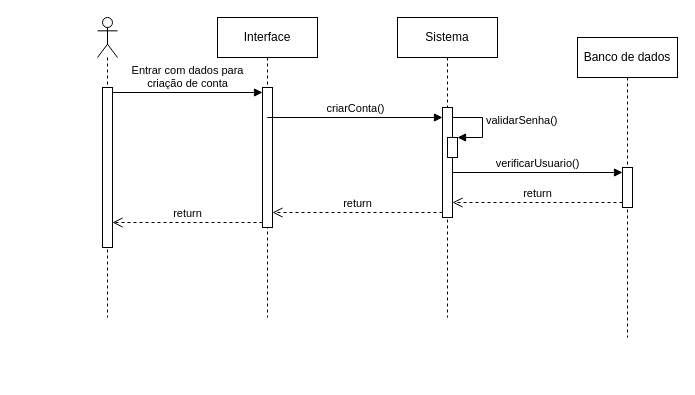
Fconeto/Projeto-APS keeps this draw.io diagram as Diagrama de sequencia.drawio. Above is the earlier version. Source tidied: cells renumbered, new cells numbered last; positions are measured from the earlier drawing's top-left corner, leaving out a move shared by most shapes. Both pictures are drawn from the tidied source at 100%, with x=0, y=0 at pixel (97, 17).
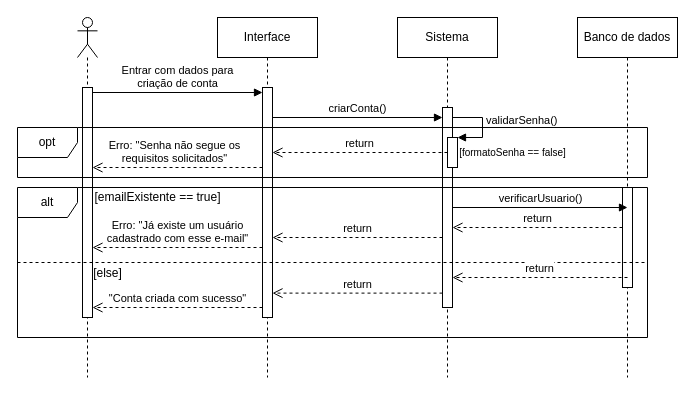
The same diagram, later.

Commit message:
Actualizar Diagrama de sequencia

What changed in the source:
```diff
@@
     <mxCell id="2" value="Interface" style="shape=umlLifeline;perimeter=lifelinePerimeter;whiteSpace=wrap;html=1;newEdgeStyle={&quot;edgeStyle&quot;:&quot;elbowEdgeStyle&quot;,&quot;elbow&quot;:&quot;vertical&quot;,&quot;curved&quot;:0,&quot;rounded&quot;:0};" parent="1" vertex="1">
-      <mxGeometry x="120" width="100" height="300" as="geometry" />
+      <mxGeometry x="120" width="100" height="360" as="geometry" />
     </mxCell>
     <mxCell id="3" style="html=1;points=[[0,0,0,0,5],[0,1,0,0,-5],[1,0,0,0,5],[1,1,0,0,-5]];perimeter=orthogonalPerimeter;outlineConnect=0;targetShapes=umlLifeline;portConstraint=eastwest;newEdgeStyle={&quot;curved&quot;:0,&quot;rounded&quot;:0};" parent="2" vertex="1">
-      <mxGeometry x="45" y="70" width="10" height="140" as="geometry" />
+      <mxGeometry x="45" y="70" width="10" height="230" as="geometry" />
     </mxCell>
     <mxCell id="4" value="Sistema" style="shape=umlLifeline;perimeter=lifelinePerimeter;whiteSpace=wrap;html=1;newEdgeStyle={&quot;edgeStyle&quot;:&quot;elbowEdgeStyle&quot;,&quot;elbow&quot;:&quot;vertical&quot;,&quot;curved&quot;:0,&quot;rounded&quot;:0};" parent="1" vertex="1">
-      <mxGeometry x="300" width="100" height="300" as="geometry" />
+      <mxGeometry x="300" width="100" height="360" as="geometry" />
     </mxCell>
     <mxCell id="5" style="html=1;points=[[0,0,0,0,5],[0,1,0,0,-5],[1,0,0,0,5],[1,1,0,0,-5]];perimeter=orthogonalPerimeter;outlineConnect=0;targetShapes=umlLifeline;portConstraint=eastwest;newEdgeStyle={&quot;curved&quot;:0,&quot;rounded&quot;:0};" parent="4" vertex="1">
-      <mxGeometry x="45" y="90" width="10" height="110" as="geometry" />
+      <mxGeometry x="45" y="90" width="10" height="200" as="geometry" />
     </mxCell>
     <mxCell id="6" style="html=1;points=[[0,0,0,0,5],[0,1,0,0,-5],[1,0,0,0,5],[1,1,0,0,-5]];perimeter=orthogonalPerimeter;outlineConnect=0;targetShapes=umlLifeline;portConstraint=eastwest;newEdgeStyle={&quot;curved&quot;:0,&quot;rounded&quot;:0};" parent="4" vertex="1">
-      <mxGeometry x="50" y="120" width="10" height="20" as="geometry" />
+      <mxGeometry x="50" y="120" width="10" height="30" as="geometry" />
     </mxCell>
@@
     <mxCell id="8" value="Banco de dados" style="shape=umlLifeline;perimeter=lifelinePerimeter;whiteSpace=wrap;html=1;newEdgeStyle={&quot;edgeStyle&quot;:&quot;elbowEdgeStyle&quot;,&quot;elbow&quot;:&quot;vertical&quot;,&quot;curved&quot;:0,&quot;rounded&quot;:0};" parent="1" vertex="1">
-      <mxGeometry x="480" y="20" width="100" height="300" as="geometry" />
+      <mxGeometry x="480" width="100" height="360" as="geometry" />
     </mxCell>
     <mxCell id="9" style="html=1;points=[[0,0,0,0,5],[0,1,0,0,-5],[1,0,0,0,5],[1,1,0,0,-5]];perimeter=orthogonalPerimeter;outlineConnect=0;targetShapes=umlLifeline;portConstraint=eastwest;newEdgeStyle={&quot;curved&quot;:0,&quot;rounded&quot;:0};" parent="8" vertex="1">
-      <mxGeometry x="45" y="130" width="10" height="40" as="geometry" />
+      <mxGeometry x="45" y="170" width="10" height="100" as="geometry" />
     </mxCell>
     <mxCell id="10" style="shape=umlLifeline;perimeter=lifelinePerimeter;whiteSpace=wrap;html=1;newEdgeStyle={&quot;curved&quot;:0,&quot;rounded&quot;:0};participant=umlActor;" parent="1" vertex="1">
-      <mxGeometry width="20" height="300" as="geometry" />
+      <mxGeometry x="-20" width="20" height="360" as="geometry" />
     </mxCell>
     <mxCell id="11" style="html=1;points=[[0,0,0,0,5],[0,1,0,0,-5],[1,0,0,0,5],[1,1,0,0,-5]];perimeter=orthogonalPerimeter;outlineConnect=0;targetShapes=umlLifeline;portConstraint=eastwest;newEdgeStyle={&quot;curved&quot;:0,&quot;rounded&quot;:0};" parent="10" vertex="1">
-      <mxGeometry x="5" y="70" width="10" height="160" as="geometry" />
+      <mxGeometry x="5" y="70" width="10" height="230" as="geometry" />
     </mxCell>
@@
-    <mxCell id="13" value="criarConta()" style="html=1;verticalAlign=bottom;startArrow=none;endArrow=block;startSize=8;curved=0;rounded=0;startFill=0;" parent="1" edge="1">
+    <mxCell id="13" value="criarConta()" style="html=1;verticalAlign=bottom;startArrow=none;endArrow=block;startSize=8;curved=0;rounded=0;startFill=0;" parent="1" edge="1" source="3">
       <mxGeometry relative="1" as="geometry">
-        <mxPoint x="169.8" y="100" as="sourcePoint" />
         <mxPoint x="345" y="100" as="targetPoint" />
       </mxGeometry>
     </mxCell>
-    <mxCell id="14" value="verificarUsuario()" style="html=1;verticalAlign=bottom;startArrow=none;endArrow=block;startSize=8;curved=0;rounded=0;entryX=0;entryY=0;entryDx=0;entryDy=5;startFill=0;" parent="1" edge="1" source="5" target="9">
-      <mxGeometry relative="1" as="geometry" />
+    <mxCell id="14" value="verificarUsuario()" style="html=1;verticalAlign=bottom;startArrow=none;endArrow=block;startSize=8;curved=0;rounded=0;startFill=0;" parent="1" edge="1">
+      <mxGeometry relative="1" as="geometry">
+        <mxPoint x="355" y="190" as="sourcePoint" />
+        <mxPoint x="530" y="190" as="targetPoint" />
+      </mxGeometry>
     </mxCell>
+    <mxCell id="18" value="opt" style="shape=umlFrame;whiteSpace=wrap;html=1;" parent="1" vertex="1">
+      <mxGeometry x="-80" y="110" width="630" height="50" as="geometry" />
+    </mxCell>
+    <mxCell id="19" value="&lt;font style=&quot;font-size: 10px;&quot;&gt;[formatoSenha == false]&lt;/font&gt;" style="text;html=1;align=center;verticalAlign=middle;strokeColor=none;fillColor=none;" parent="1" vertex="1">
+      <mxGeometry x="350" y="120" width="130" height="30" as="geometry" />
+    </mxCell>
+    <mxCell id="20" value="&lt;font&gt;Erro: &quot;Senha não segue os&lt;/font&gt;&lt;div&gt;&lt;font&gt;requisitos solicitados&quot;&lt;/font&gt;&lt;/div&gt;" style="html=1;verticalAlign=bottom;endArrow=open;dashed=1;endSize=8;curved=0;rounded=0;" parent="1" edge="1" target="11">
+      <mxGeometry x="0.03" relative="1" as="geometry">
+        <mxPoint x="165" y="150" as="sourcePoint" />
+      </mxGeometry>
+    </mxCell>
+    <mxCell id="21" value="return" style="html=1;verticalAlign=bottom;endArrow=open;dashed=1;endSize=8;curved=0;rounded=0;" parent="1" edge="1" source="6" target="3">
+      <mxGeometry relative="1" as="geometry" />
+    </mxCell>
+    <mxCell id="22" value="alt" style="shape=umlFrame;whiteSpace=wrap;html=1;" parent="1" vertex="1">
+      <mxGeometry x="-80" y="170" width="630" height="150" as="geometry" />
+    </mxCell>
+    <mxCell id="23" value="Erro: &quot;Já existe um usuário&lt;div&gt;cadastrado com esse e-mail&quot;&lt;/div&gt;" style="html=1;verticalAlign=bottom;endArrow=open;dashed=1;endSize=8;curved=0;rounded=0;" parent="1" edge="1">
+      <mxGeometry relative="1" as="geometry">
+        <mxPoint x="165" y="230" as="sourcePoint" />
+        <mxPoint x="-5" y="230" as="targetPoint" />
+      </mxGeometry>
+    </mxCell>
+    <mxCell id="24" value="return" style="html=1;verticalAlign=bottom;endArrow=open;dashed=1;endSize=8;curved=0;rounded=0;" parent="1" edge="1">
+      <mxGeometry relative="1" as="geometry">
+        <mxPoint x="525" y="210" as="sourcePoint" />
+        <mxPoint x="355" y="210" as="targetPoint" />
+      </mxGeometry>
+    </mxCell>
+    <mxCell id="25" value="return" style="html=1;verticalAlign=bottom;endArrow=open;dashed=1;endSize=8;curved=0;rounded=0;" parent="1" edge="1">
+      <mxGeometry relative="1" as="geometry">
+        <mxPoint x="345" y="220" as="sourcePoint" />
+        <mxPoint x="175" y="220" as="targetPoint" />
+      </mxGeometry>
+    </mxCell>
+    <mxCell id="26" style="line;strokeWidth=1;fillColor=none;align=left;verticalAlign=middle;spacingTop=-1;spacingLeft=3;spacingRight=3;labelPosition=right;strokeColor=inherit;dashed=1;" parent="1" vertex="1">
+      <mxGeometry x="-80" y="241" width="630" height="8" as="geometry" />
+    </mxCell>
+    <mxCell id="27" value="[emailExistente == true]" style="text;html=1;align=center;verticalAlign=middle;strokeColor=none;fillColor=none;" parent="1" vertex="1">
+      <mxGeometry x="-15" y="165" width="150" height="30" as="geometry" />
+    </mxCell>
+    <mxCell id="28" value="[else]" style="text;html=1;align=center;verticalAlign=middle;strokeColor=none;fillColor=none;" parent="1" vertex="1">
+      <mxGeometry x="-15" y="241" width="50" height="30" as="geometry" />
+    </mxCell>
-    <mxCell id="15" value="return" style="html=1;verticalAlign=bottom;endArrow=open;dashed=1;endSize=8;curved=0;rounded=0;exitX=0;exitY=1;exitDx=0;exitDy=-5;exitPerimeter=0;" parent="1" edge="1" source="9" target="5">
+    <mxCell id="15" value="return" style="html=1;verticalAlign=bottom;endArrow=open;dashed=1;endSize=8;curved=0;rounded=0;exitX=0.5;exitY=0.9;exitDx=0;exitDy=0;exitPerimeter=0;" parent="1" edge="1" source="9" target="5">
       <mxGeometry relative="1" as="geometry" />
     </mxCell>
-    <mxCell id="16" value="return" style="html=1;verticalAlign=bottom;endArrow=open;dashed=1;endSize=8;curved=0;rounded=0;exitX=0;exitY=1;exitDx=0;exitDy=-5;exitPerimeter=0;" parent="1" edge="1" source="5" target="3">
+    <mxCell id="16" value="return" style="html=1;verticalAlign=bottom;endArrow=open;dashed=1;endSize=8;curved=0;rounded=0;entryX=1;entryY=0.894;entryDx=0;entryDy=0;entryPerimeter=0;" parent="1" edge="1" source="5" target="3">
       <mxGeometry relative="1" as="geometry" />
     </mxCell>
-    <mxCell id="17" value="return" style="html=1;verticalAlign=bottom;endArrow=open;dashed=1;endSize=8;curved=0;rounded=0;exitX=0;exitY=1;exitDx=0;exitDy=-5;exitPerimeter=0;" parent="1" edge="1" source="3" target="11">
-      <mxGeometry relative="1" as="geometry" />
-    </mxCell>
+    <mxCell id="29" value="&quot;Conta criada com sucesso&quot;" style="html=1;verticalAlign=bottom;endArrow=open;dashed=1;endSize=8;curved=0;rounded=0;" parent="1" edge="1" target="11">
+      <mxGeometry relative="1" as="geometry">
+        <mxPoint x="165" y="290" as="sourcePoint" />
+      </mxGeometry>
+    </mxCell>
```
